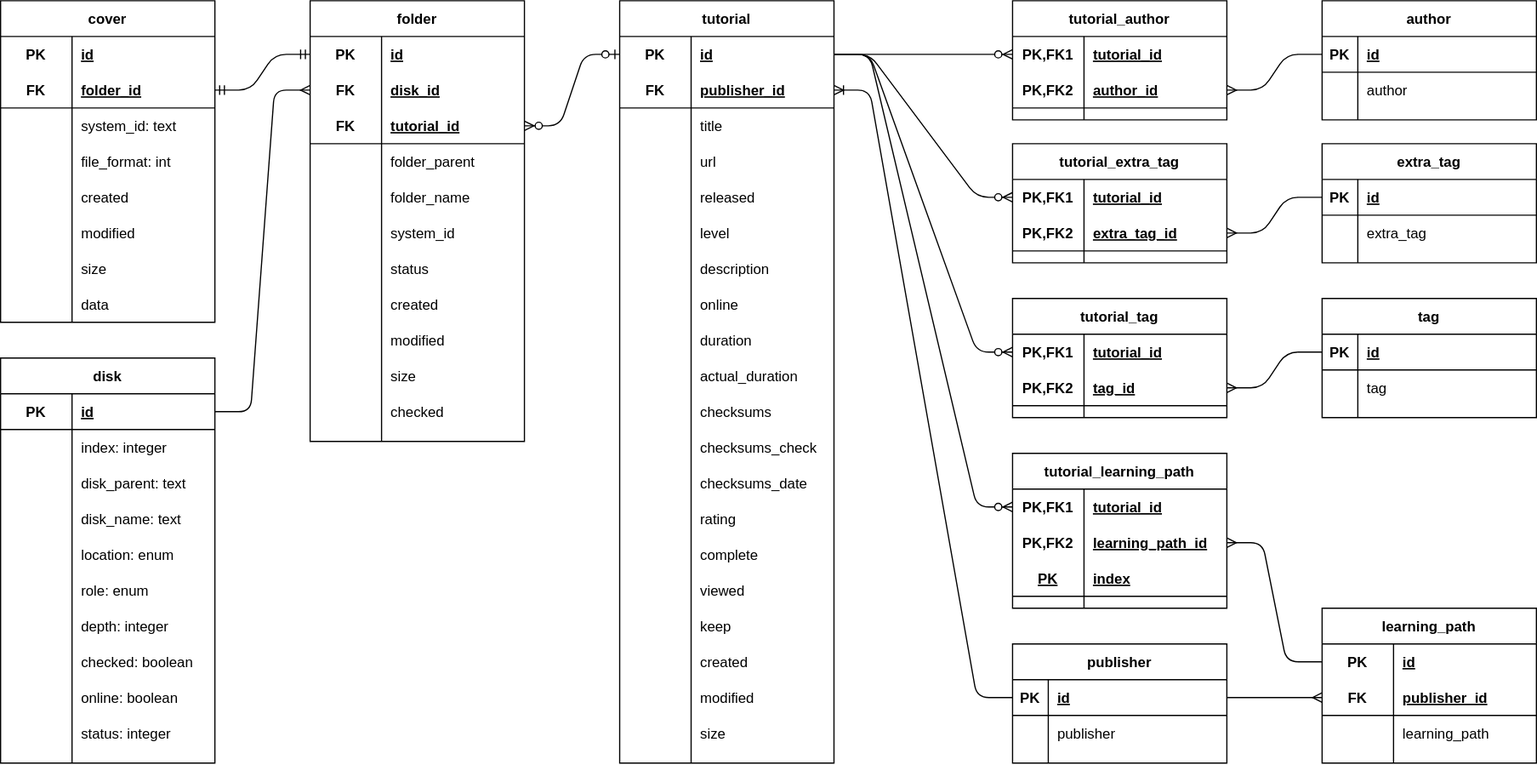
Before: src/tutcatalogpy/catalog/db/schema.drawio.svg, a diagram exported from draw.io (borco/TutCatalogPy2). Source tidied: cells renumbered, new cells last; positions are measured from the earlier drawing's top-left corner, leaving out a move shared by most shapes.
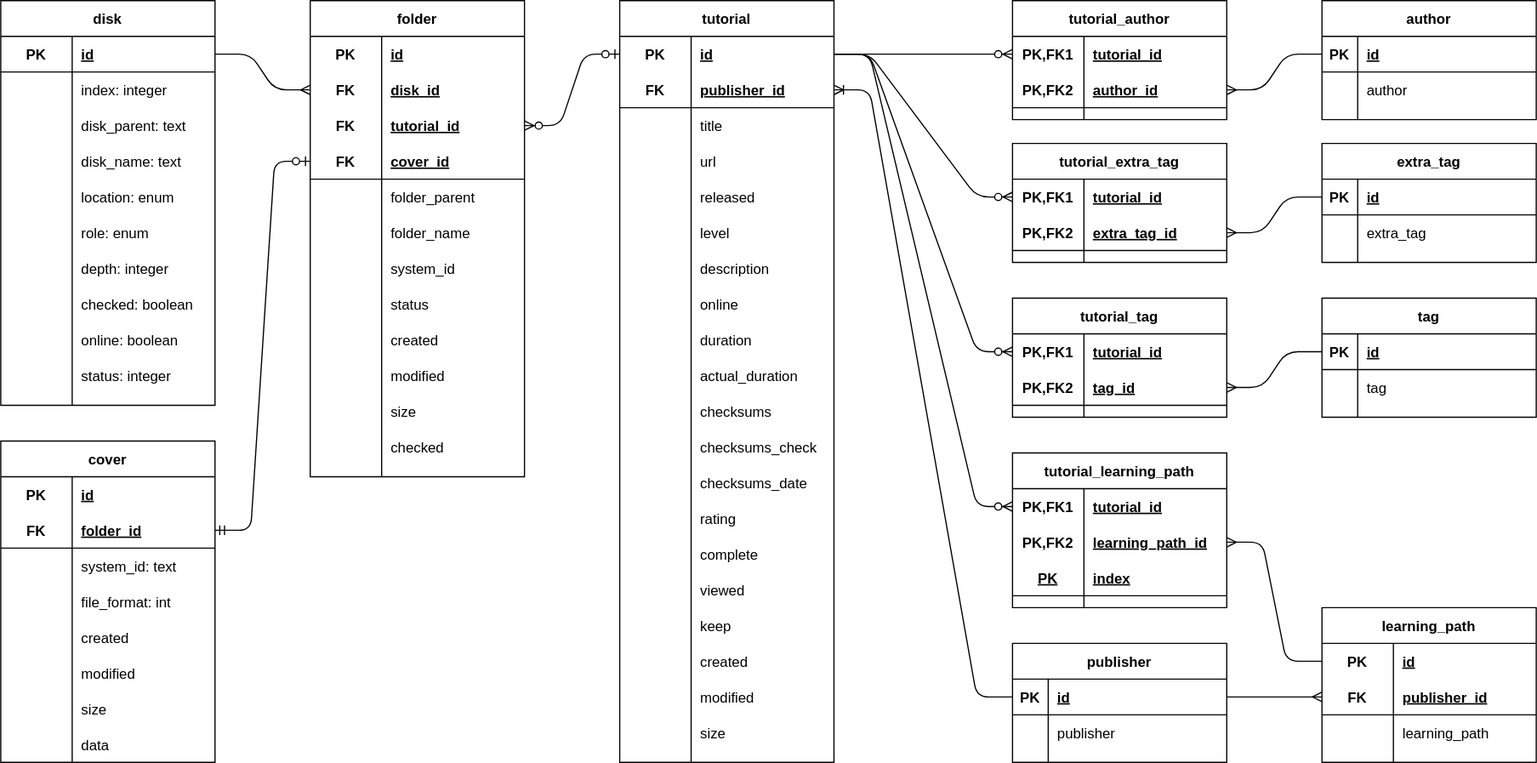
After the change.

Commit message:
removed folder_id from Cover and added a cover_id into Folder

What changed in the source:
```diff
@@ -3,7 +3,7 @@
     <mxCell id="0" />
     <mxCell id="1" parent="0" />
     <mxCell id="2" value="disk" style="shape=table;startSize=30;rowLines=0;fontStyle=1;align=center;" parent="1" vertex="1">
-      <mxGeometry y="300" width="180" height="340" as="geometry" />
+      <mxGeometry width="180" height="340" as="geometry" />
     </mxCell>
     <mxCell id="3" style="shape=partialRectangle;fillColor=none;top=0;left=0;bottom=1;right=0;points=[[0,0.5],[1,0.5]];portConstraint=eastwest;" parent="2" vertex="1">
       <mxGeometry y="30" width="180" height="30" as="geometry" />
@@ -180,7 +180,7 @@
       <mxGeometry x="30" width="150" height="30" as="geometry" />
     </mxCell>
     <mxCell id="61" value="cover" style="shape=table;startSize=30;rowLines=0;fontStyle=1;align=center;shadow=0;strokeColor=#000000;" parent="1" vertex="1">
-      <mxGeometry width="180" height="270" as="geometry" />
+      <mxGeometry y="370" width="180" height="270" as="geometry" />
     </mxCell>
     <mxCell id="62" style="shape=partialRectangle;top=0;left=0;bottom=1;right=0;fillColor=none;strokeColor=none;" parent="61" vertex="1">
       <mxGeometry y="30" width="180" height="30" as="geometry" />
@@ -285,7 +285,7 @@
       <mxGeometry x="60" width="120" height="30" as="geometry" />
     </mxCell>
     <mxCell id="96" value="folder" style="shape=table;startSize=30;rowLines=0;fontStyle=1;align=center;shadow=0;strokeColor=#000000;" parent="1" vertex="1">
-      <mxGeometry x="260" width="180" height="370" as="geometry" />
+      <mxGeometry x="260" width="180" height="400" as="geometry" />
     </mxCell>
     <mxCell id="97" style="shape=partialRectangle;fillColor=none;top=0;left=0;bottom=0;right=0;points=[[0,0.5],[1,0.5]];portConstraint=eastwest;" parent="96" vertex="1">
       <mxGeometry y="30" width="180" height="30" as="geometry" />
@@ -305,7 +305,7 @@
     <mxCell id="102" value="disk_id" style="shape=partialRectangle;fillColor=none;top=0;left=0;bottom=0;right=0;align=left;spacingLeft=6;fontStyle=5;overflow=hidden;" parent="100" vertex="1">
       <mxGeometry x="60" width="120" height="30" as="geometry" />
     </mxCell>
-    <mxCell id="103" style="shape=partialRectangle;fillColor=none;top=0;left=0;bottom=1;right=0;points=[[0,0.5],[1,0.5]];portConstraint=eastwest;" parent="96" vertex="1">
+    <mxCell id="103" style="shape=partialRectangle;fillColor=none;top=0;left=0;bottom=0;right=0;points=[[0,0.5],[1,0.5]];portConstraint=eastwest;" parent="96" vertex="1">
       <mxGeometry y="90" width="180" height="30" as="geometry" />
     </mxCell>
     <mxCell id="104" value="FK" style="shape=partialRectangle;fillColor=none;top=0;left=0;bottom=0;right=0;fontStyle=1;overflow=hidden;" parent="103" vertex="1">
@@ -314,8 +314,17 @@
     <mxCell id="105" value="tutorial_id" style="shape=partialRectangle;fillColor=none;top=0;left=0;bottom=0;right=0;align=left;spacingLeft=6;fontStyle=5;overflow=hidden;" parent="103" vertex="1">
       <mxGeometry x="60" width="120" height="30" as="geometry" />
     </mxCell>
+    <mxCell id="235" style="shape=partialRectangle;fillColor=none;top=0;left=0;bottom=1;right=0;points=[[0,0.5],[1,0.5]];portConstraint=eastwest;" parent="96" vertex="1">
+      <mxGeometry y="120" width="180" height="30" as="geometry" />
+    </mxCell>
+    <mxCell id="236" value="FK" style="shape=partialRectangle;fillColor=none;top=0;left=0;bottom=0;right=0;fontStyle=1;overflow=hidden;" parent="235" vertex="1">
+      <mxGeometry width="60" height="30" as="geometry" />
+    </mxCell>
+    <mxCell id="237" value="cover_id" style="shape=partialRectangle;fillColor=none;top=0;left=0;bottom=0;right=0;align=left;spacingLeft=6;fontStyle=5;overflow=hidden;" parent="235" vertex="1">
+      <mxGeometry x="60" width="120" height="30" as="geometry" />
+    </mxCell>
     <mxCell id="106" style="shape=partialRectangle;fillColor=none;top=0;left=0;bottom=0;right=0;" parent="96" vertex="1">
-      <mxGeometry y="120" width="180" height="30" as="geometry" />
+      <mxGeometry y="150" width="180" height="30" as="geometry" />
     </mxCell>
     <mxCell id="107" style="shape=partialRectangle;fillColor=none;top=0;left=0;bottom=0;right=0;overflow=hidden;" parent="106" vertex="1">
       <mxGeometry width="60" height="30" as="geometry" />
@@ -324,7 +333,7 @@
       <mxGeometry x="60" width="120" height="30" as="geometry" />
     </mxCell>
     <mxCell id="109" style="shape=partialRectangle;fillColor=none;top=0;left=0;bottom=0;right=0;" parent="96" vertex="1">
-      <mxGeometry y="150" width="180" height="30" as="geometry" />
+      <mxGeometry y="180" width="180" height="30" as="geometry" />
     </mxCell>
     <mxCell id="110" style="shape=partialRectangle;fillColor=none;top=0;left=0;bottom=0;right=0;overflow=hidden;" parent="109" vertex="1">
       <mxGeometry width="60" height="30" as="geometry" />
@@ -333,7 +342,7 @@
       <mxGeometry x="60" width="120" height="30" as="geometry" />
     </mxCell>
     <mxCell id="112" style="shape=partialRectangle;fillColor=none;top=0;left=0;bottom=0;right=0;" parent="96" vertex="1">
-      <mxGeometry y="180" width="180" height="30" as="geometry" />
+      <mxGeometry y="210" width="180" height="30" as="geometry" />
     </mxCell>
     <mxCell id="113" style="shape=partialRectangle;fillColor=none;top=0;left=0;bottom=0;right=0;overflow=hidden;" parent="112" vertex="1">
       <mxGeometry width="60" height="30" as="geometry" />
@@ -342,7 +351,7 @@
       <mxGeometry x="60" width="120" height="30" as="geometry" />
     </mxCell>
     <mxCell id="115" style="shape=partialRectangle;fillColor=none;top=0;left=0;bottom=0;right=0;" parent="96" vertex="1">
-      <mxGeometry y="210" width="180" height="30" as="geometry" />
+      <mxGeometry y="240" width="180" height="30" as="geometry" />
     </mxCell>
     <mxCell id="116" style="shape=partialRectangle;fillColor=none;top=0;left=0;bottom=0;right=0;overflow=hidden;" parent="115" vertex="1">
       <mxGeometry width="60" height="30" as="geometry" />
@@ -351,7 +360,7 @@
       <mxGeometry x="60" width="120" height="30" as="geometry" />
     </mxCell>
     <mxCell id="118" style="shape=partialRectangle;fillColor=none;top=0;left=0;bottom=0;right=0;" parent="96" vertex="1">
-      <mxGeometry y="240" width="180" height="30" as="geometry" />
+      <mxGeometry y="270" width="180" height="30" as="geometry" />
     </mxCell>
     <mxCell id="119" style="shape=partialRectangle;fillColor=none;top=0;left=0;bottom=0;right=0;overflow=hidden;" parent="118" vertex="1">
       <mxGeometry width="60" height="30" as="geometry" />
@@ -360,7 +369,7 @@
       <mxGeometry x="60" width="120" height="30" as="geometry" />
     </mxCell>
     <mxCell id="121" style="shape=partialRectangle;fillColor=none;top=0;left=0;bottom=0;right=0;" parent="96" vertex="1">
-      <mxGeometry y="270" width="180" height="30" as="geometry" />
+      <mxGeometry y="300" width="180" height="30" as="geometry" />
     </mxCell>
     <mxCell id="122" style="shape=partialRectangle;fillColor=none;top=0;left=0;bottom=0;right=0;overflow=hidden;" parent="121" vertex="1">
       <mxGeometry width="60" height="30" as="geometry" />
@@ -369,7 +378,7 @@
       <mxGeometry x="60" width="120" height="30" as="geometry" />
     </mxCell>
     <mxCell id="124" style="shape=partialRectangle;fillColor=none;top=0;left=0;bottom=0;right=0;" parent="96" vertex="1">
-      <mxGeometry y="300" width="180" height="30" as="geometry" />
+      <mxGeometry y="330" width="180" height="30" as="geometry" />
     </mxCell>
     <mxCell id="125" style="shape=partialRectangle;fillColor=none;top=0;left=0;bottom=0;right=0;overflow=hidden;" parent="124" vertex="1">
       <mxGeometry width="60" height="30" as="geometry" />
@@ -378,7 +387,7 @@
       <mxGeometry x="60" width="120" height="30" as="geometry" />
     </mxCell>
     <mxCell id="127" style="shape=partialRectangle;fillColor=none;top=0;left=0;bottom=0;right=0;" parent="96" vertex="1">
-      <mxGeometry y="330" width="180" height="30" as="geometry" />
+      <mxGeometry y="360" width="180" height="30" as="geometry" />
     </mxCell>
     <mxCell id="128" style="shape=partialRectangle;fillColor=none;top=0;left=0;bottom=0;right=0;overflow=hidden;" parent="127" vertex="1">
       <mxGeometry width="60" height="30" as="geometry" />
@@ -392,9 +401,6 @@
     <mxCell id="131" style="edgeStyle=entityRelationEdgeStyle;fontSize=12;html=1;endArrow=ERmany;exitX=1;exitY=0.5;exitDx=0;exitDy=0;entryX=0;entryY=0.5;entryDx=0;entryDy=0;" parent="1" edge="1" source="3" target="100">
       <mxGeometry relative="1" as="geometry" />
     </mxCell>
-    <mxCell id="132" style="edgeStyle=entityRelationEdgeStyle;fontSize=12;html=1;endArrow=ERmandOne;startArrow=ERmandOne;entryX=1;entryY=0.5;entryDx=0;entryDy=0;exitX=0;exitY=0.5;exitDx=0;exitDy=0;" parent="1" edge="1" source="97" target="65">
-      <mxGeometry relative="1" as="geometry" />
-    </mxCell>
     <mxCell id="133" value="tutorial" style="shape=table;startSize=30;rowLines=0;fontStyle=1;align=center;" parent="1" vertex="1">
       <mxGeometry x="520" width="180" height="640" as="geometry" />
     </mxCell>
@@ -701,5 +707,8 @@
     <mxCell id="234" style="edgeStyle=entityRelationEdgeStyle;fontSize=12;html=1;endArrow=ERmany;exitX=0;exitY=0.5;exitDx=0;exitDy=0;entryX=1;entryY=0.5;entryDx=0;entryDy=0;" parent="1" edge="1" source="87" target="227">
       <mxGeometry relative="1" as="geometry" />
     </mxCell>
+    <mxCell id="238" style="edgeStyle=entityRelationEdgeStyle;fontSize=12;html=1;endArrow=ERzeroToOne;startArrow=ERmandOne;entryX=0;entryY=0.5;entryDx=0;entryDy=0;exitX=1;exitY=0.5;exitDx=0;exitDy=0;" parent="1" edge="1" source="65" target="235">
+      <mxGeometry relative="1" as="geometry" />
+    </mxCell>
   </root>
 </mxGraphModel>
```
